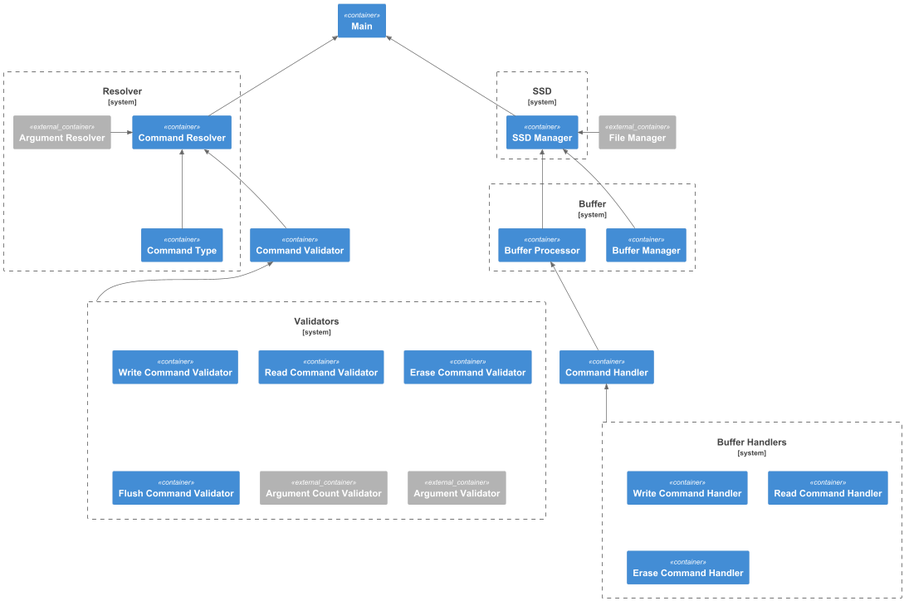
This is docs/ssd-diagram.png from youngsik/DS-VIRTUAL-SSD, a PlantUML export, as it was before one commit. Its diagram source:
```plantuml
@startuml
!include  https://raw.githubusercontent.com/plantuml-stdlib/C4-PlantUML/master/C4_Container.puml

Container(main, "Main")
Container_Ext(fileManager, "File Manager")

System_Boundary(ssd, "SSD"){
    Container(ssdmanager, "SSD Manager")
}

Rel_U(ssdmanager, main, "")
Rel_R(fileManager, ssdmanager, "")

System_Boundary(buffer, "Buffer"){
    Container(bufferManager, "Buffer Manager")
    Container(bufferProcessor, "Buffer Processor")
}

Container(commandHandler, "Command Handler")
System_Boundary(buffer_handling, "Buffer Handlers"){
    Container(writeCommandHandler, "Write Command Handler")
    Container(readCommandHandler, "Read Command Handler")
    Container(eraseCommandHandler, "Erase Command Handler")
}
Rel_U(buffer_handling,commandHandler,"")
Rel_U(commandHandler,bufferProcessor,"")

Rel_U(bufferManager, ssdmanager, "")
Rel_U(bufferProcessor, ssdmanager, "")

System_Boundary(resolver, "Resolver"){
    Container(commandResolver, "Command Resolver")
    Container(commandType, "Command Type")
    Container_Ext(argumentResolver, "Argument Resolver")
    Rel_R(argumentResolver, commandResolver, "")
    Rel_U(commandType, commandResolver, "")
}

Rel_U(commandResolver, main, "")

Container(commandValidator, "Command Validator")

System_Boundary(validators, "Validators"){
    Container(writeCommandValidator, "Write Command Validator")
    Container(readCommandValidator, "Read Command Validator")
    Container(eraseCommandValidator, "Erase Command Validator")
    Container(flushCommandValidator, "Flush Command Validator")
    Container_Ext(argumentCount, "Argument Count Validator")
    Container_Ext(argumentValidator, "Argument Validator")
}

Rel_U(validators, commandValidator, "")
Rel_U(commandValidator, commandResolver, "")

@enduml
```
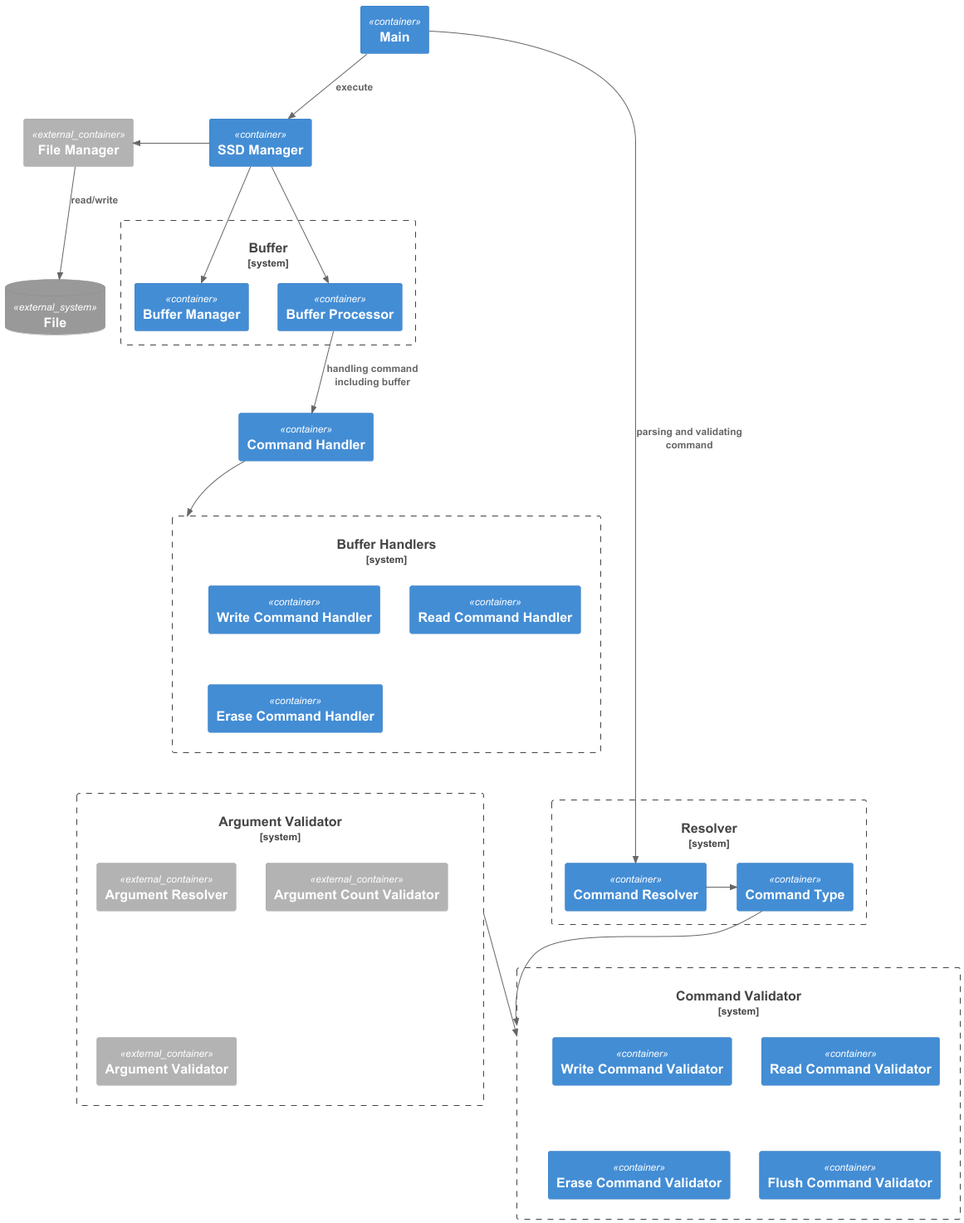
Above is the later version.

The edit, as a diff of the source:
```diff
@@ -4,12 +4,12 @@
 Container(main, "Main")
 Container_Ext(fileManager, "File Manager")
 
-System_Boundary(ssd, "SSD"){
-    Container(ssdmanager, "SSD Manager")
-}
+Container(ssdmanager, "SSD Manager")
 
-Rel_U(ssdmanager, main, "")
-Rel_R(fileManager, ssdmanager, "")
+Rel_D(main, ssdmanager, "execute")
+Rel_L(ssdmanager, fileManager,  "")
+SystemDb_Ext(db, "File")
+Rel(fileManager, db, "read/write")
 
 System_Boundary(buffer, "Buffer"){
     Container(bufferManager, "Buffer Manager")
@@ -22,34 +22,34 @@
     Container(readCommandHandler, "Read Command Handler")
     Container(eraseCommandHandler, "Erase Command Handler")
 }
-Rel_U(buffer_handling,commandHandler,"")
-Rel_U(commandHandler,bufferProcessor,"")
+Rel_D(commandHandler,buffer_handling,"")
+Rel_D(bufferProcessor,commandHandler,"handling command including buffer")
 
-Rel_U(bufferManager, ssdmanager, "")
-Rel_U(bufferProcessor, ssdmanager, "")
+Rel_D(ssdmanager, bufferManager, "")
+Rel_D(ssdmanager, bufferProcessor, "")
 
 System_Boundary(resolver, "Resolver"){
     Container(commandResolver, "Command Resolver")
     Container(commandType, "Command Type")
-    Container_Ext(argumentResolver, "Argument Resolver")
-    Rel_R(argumentResolver, commandResolver, "")
-    Rel_U(commandType, commandResolver, "")
+    Rel_R(commandResolver, commandType, "")
 }
 
-Rel_U(commandResolver, main, "")
+Rel_D(main, commandResolver, "parsing and validating command")
 
-Container(commandValidator, "Command Validator")
-
-System_Boundary(validators, "Validators"){
+System_Boundary(validators, "Command Validator"){
     Container(writeCommandValidator, "Write Command Validator")
     Container(readCommandValidator, "Read Command Validator")
     Container(eraseCommandValidator, "Erase Command Validator")
     Container(flushCommandValidator, "Flush Command Validator")
+}
+
+System_Boundary(argument, "Argument Validator"){
+    Container_Ext(argumentResolver, "Argument Resolver")
     Container_Ext(argumentCount, "Argument Count Validator")
     Container_Ext(argumentValidator, "Argument Validator")
 }
 
-Rel_U(validators, commandValidator, "")
-Rel_U(commandValidator, commandResolver, "")
+Rel(argument, validators, "")
+Rel_D(commandType, validators, "")
 
 @enduml
```
